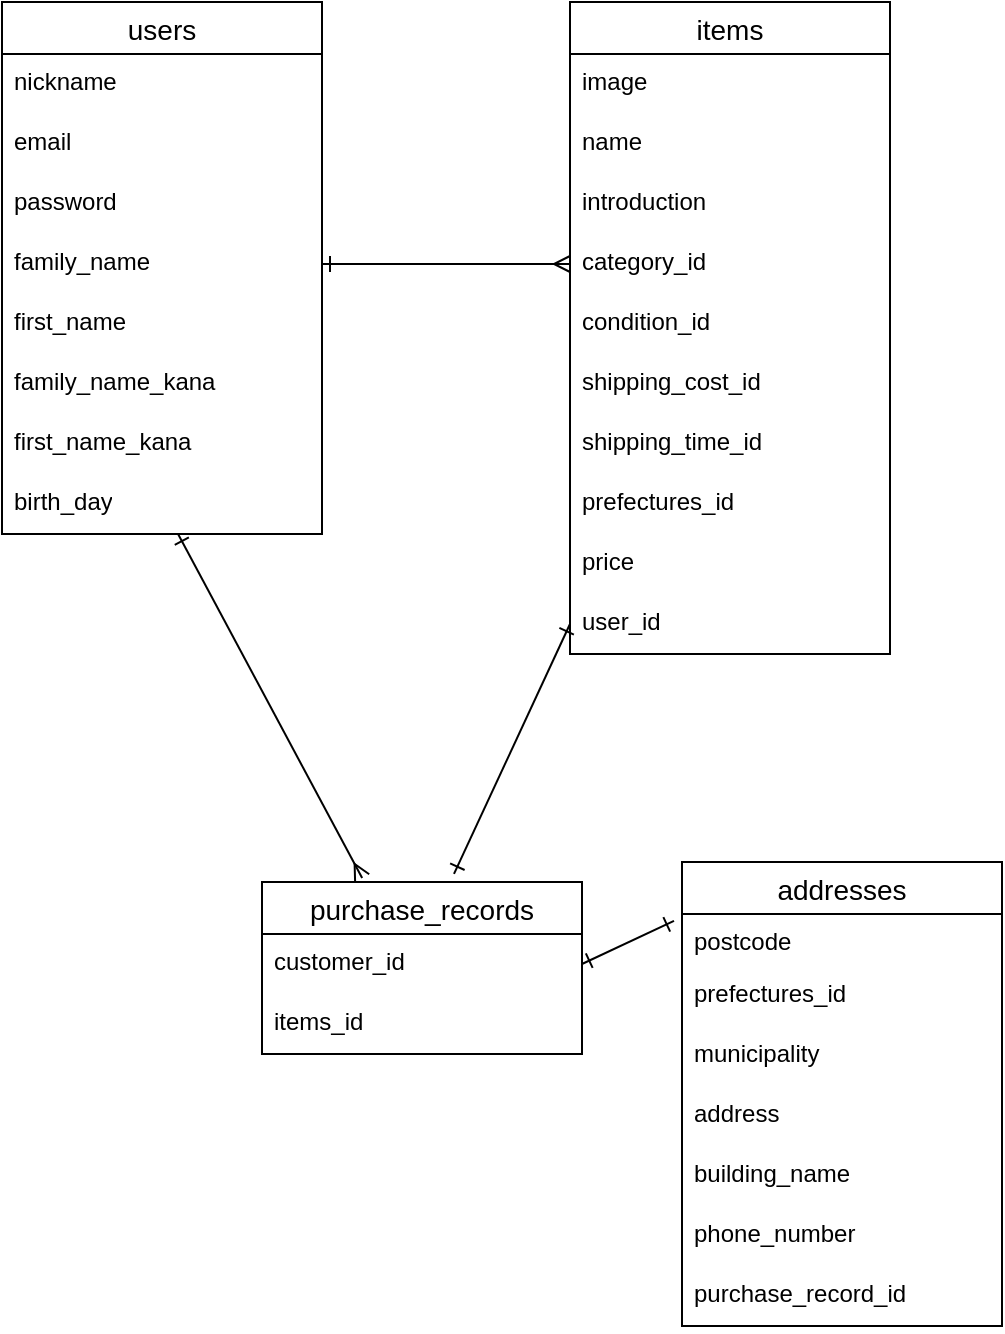
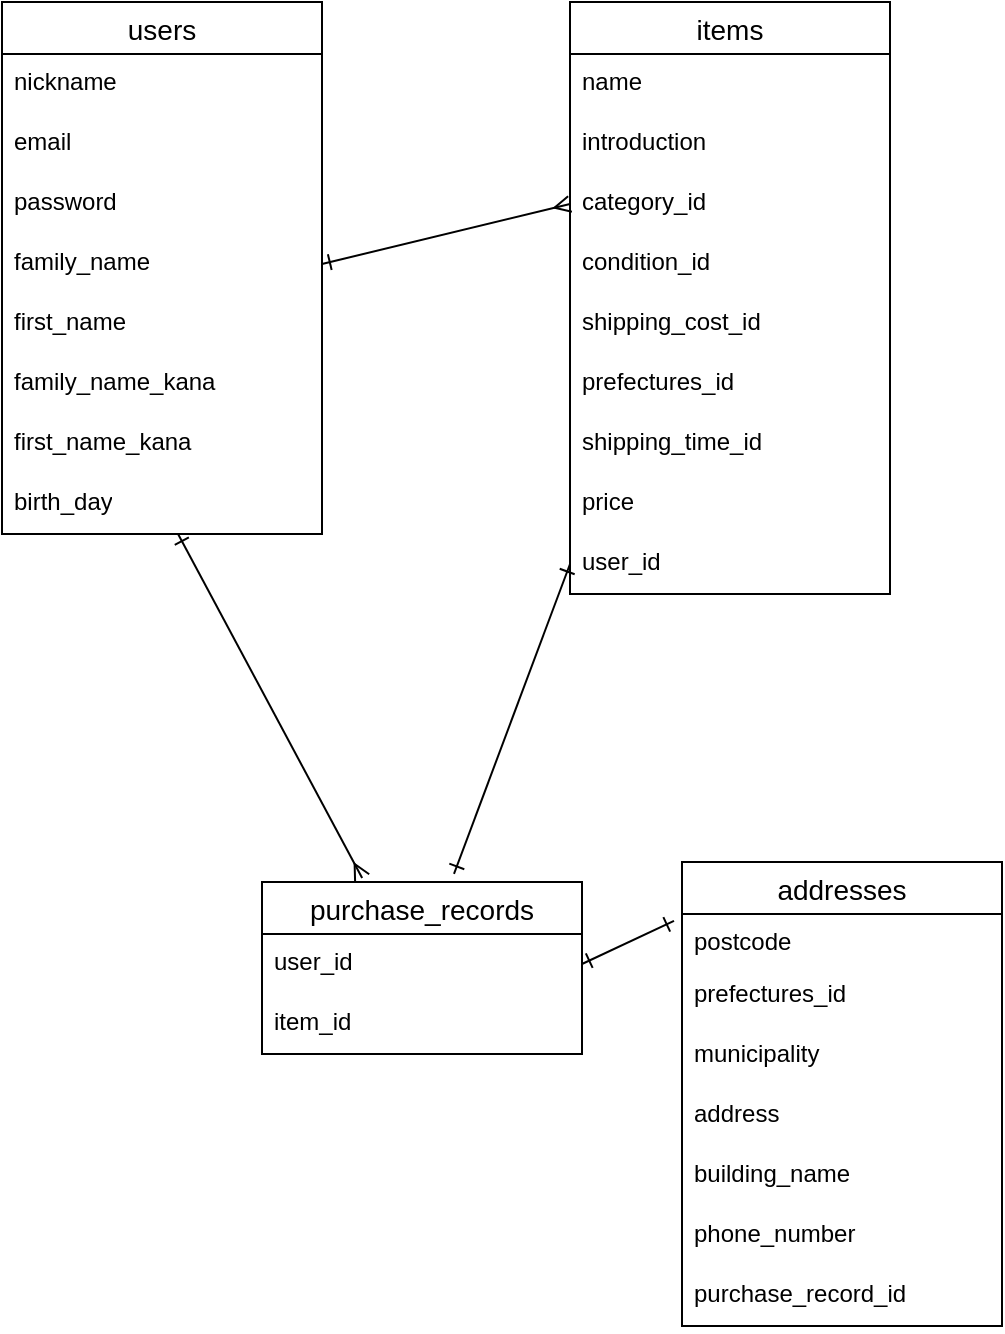
<mxfile host="65bd71144e">
    <diagram id="sRSdjxHEQxwauVT1pr1j" name="ページ1">
        <mxGraphModel dx="977" dy="779" grid="1" gridSize="10" guides="1" tooltips="1" connect="1" arrows="1" fold="1" page="1" pageScale="1" pageWidth="827" pageHeight="1169" math="0" shadow="0">
            <root>
                <mxCell id="0"/>
                <mxCell id="1" parent="0"/>
                <mxCell id="2" value="users" style="swimlane;fontStyle=0;childLayout=stackLayout;horizontal=1;startSize=26;horizontalStack=0;resizeParent=1;resizeParentMax=0;resizeLast=0;collapsible=1;marginBottom=0;align=center;fontSize=14;" parent="1" vertex="1">
                    <mxGeometry x="50" y="20" width="160" height="266" as="geometry"/>
                </mxCell>
                <mxCell id="3" value="nickname" style="text;strokeColor=none;fillColor=none;spacingLeft=4;spacingRight=4;overflow=hidden;rotatable=0;points=[[0,0.5],[1,0.5]];portConstraint=eastwest;fontSize=12;whiteSpace=wrap;html=1;" parent="2" vertex="1">
                    <mxGeometry y="26" width="160" height="30" as="geometry"/>
                </mxCell>
                <mxCell id="4" value="email" style="text;strokeColor=none;fillColor=none;spacingLeft=4;spacingRight=4;overflow=hidden;rotatable=0;points=[[0,0.5],[1,0.5]];portConstraint=eastwest;fontSize=12;whiteSpace=wrap;html=1;" parent="2" vertex="1">
                    <mxGeometry y="56" width="160" height="30" as="geometry"/>
                </mxCell>
                <mxCell id="5" value="password" style="text;strokeColor=none;fillColor=none;spacingLeft=4;spacingRight=4;overflow=hidden;rotatable=0;points=[[0,0.5],[1,0.5]];portConstraint=eastwest;fontSize=12;whiteSpace=wrap;html=1;" parent="2" vertex="1">
                    <mxGeometry y="86" width="160" height="30" as="geometry"/>
                </mxCell>
                <mxCell id="48" value="family_name" style="text;strokeColor=none;fillColor=none;spacingLeft=4;spacingRight=4;overflow=hidden;rotatable=0;points=[[0,0.5],[1,0.5]];portConstraint=eastwest;fontSize=12;whiteSpace=wrap;html=1;" parent="2" vertex="1">
                    <mxGeometry y="116" width="160" height="30" as="geometry"/>
                </mxCell>
                <mxCell id="35" value="first_name" style="text;strokeColor=none;fillColor=none;spacingLeft=4;spacingRight=4;overflow=hidden;rotatable=0;points=[[0,0.5],[1,0.5]];portConstraint=eastwest;fontSize=12;whiteSpace=wrap;html=1;" parent="2" vertex="1">
                    <mxGeometry y="146" width="160" height="30" as="geometry"/>
                </mxCell>
                <mxCell id="31" value="family_name_kana" style="text;strokeColor=none;fillColor=none;spacingLeft=4;spacingRight=4;overflow=hidden;rotatable=0;points=[[0,0.5],[1,0.5]];portConstraint=eastwest;fontSize=12;whiteSpace=wrap;html=1;" parent="2" vertex="1">
                    <mxGeometry y="176" width="160" height="30" as="geometry"/>
                </mxCell>
                <mxCell id="49" value="first_name_kana" style="text;strokeColor=none;fillColor=none;spacingLeft=4;spacingRight=4;overflow=hidden;rotatable=0;points=[[0,0.5],[1,0.5]];portConstraint=eastwest;fontSize=12;whiteSpace=wrap;html=1;" parent="2" vertex="1">
                    <mxGeometry y="206" width="160" height="30" as="geometry"/>
                </mxCell>
                <mxCell id="36" value="birth_day" style="text;strokeColor=none;fillColor=none;spacingLeft=4;spacingRight=4;overflow=hidden;rotatable=0;points=[[0,0.5],[1,0.5]];portConstraint=eastwest;fontSize=12;whiteSpace=wrap;html=1;" parent="2" vertex="1">
                    <mxGeometry y="236" width="160" height="30" as="geometry"/>
                </mxCell>
                <mxCell id="18" value="addresses" style="swimlane;fontStyle=0;childLayout=stackLayout;horizontal=1;startSize=26;horizontalStack=0;resizeParent=1;resizeParentMax=0;resizeLast=0;collapsible=1;marginBottom=0;align=center;fontSize=14;" parent="1" vertex="1">
                    <mxGeometry x="390" y="450" width="160" height="232" as="geometry"/>
                </mxCell>
                <mxCell id="19" value="postcode" style="text;strokeColor=none;fillColor=none;spacingLeft=4;spacingRight=4;overflow=hidden;rotatable=0;points=[[0,0.5],[1,0.5]];portConstraint=eastwest;fontSize=12;whiteSpace=wrap;html=1;" parent="18" vertex="1">
                    <mxGeometry y="26" width="160" height="26" as="geometry"/>
                </mxCell>
                <mxCell id="43" value="prefectures_id" style="text;strokeColor=none;fillColor=none;spacingLeft=4;spacingRight=4;overflow=hidden;rotatable=0;points=[[0,0.5],[1,0.5]];portConstraint=eastwest;fontSize=12;whiteSpace=wrap;html=1;" parent="18" vertex="1">
                    <mxGeometry y="52" width="160" height="30" as="geometry"/>
                </mxCell>
                <mxCell id="44" value="municipality" style="text;strokeColor=none;fillColor=none;spacingLeft=4;spacingRight=4;overflow=hidden;rotatable=0;points=[[0,0.5],[1,0.5]];portConstraint=eastwest;fontSize=12;whiteSpace=wrap;html=1;" parent="18" vertex="1">
                    <mxGeometry y="82" width="160" height="30" as="geometry"/>
                </mxCell>
                <mxCell id="45" value="address" style="text;strokeColor=none;fillColor=none;spacingLeft=4;spacingRight=4;overflow=hidden;rotatable=0;points=[[0,0.5],[1,0.5]];portConstraint=eastwest;fontSize=12;whiteSpace=wrap;html=1;" parent="18" vertex="1">
                    <mxGeometry y="112" width="160" height="30" as="geometry"/>
                </mxCell>
                <mxCell id="46" value="building_name" style="text;strokeColor=none;fillColor=none;spacingLeft=4;spacingRight=4;overflow=hidden;rotatable=0;points=[[0,0.5],[1,0.5]];portConstraint=eastwest;fontSize=12;whiteSpace=wrap;html=1;" parent="18" vertex="1">
                    <mxGeometry y="142" width="160" height="30" as="geometry"/>
                </mxCell>
                <mxCell id="47" value="phone_number" style="text;strokeColor=none;fillColor=none;spacingLeft=4;spacingRight=4;overflow=hidden;rotatable=0;points=[[0,0.5],[1,0.5]];portConstraint=eastwest;fontSize=12;whiteSpace=wrap;html=1;" parent="18" vertex="1">
                    <mxGeometry y="172" width="160" height="30" as="geometry"/>
                </mxCell>
                <mxCell id="73" value="purchase_record_id" style="text;strokeColor=none;fillColor=none;spacingLeft=4;spacingRight=4;overflow=hidden;rotatable=0;points=[[0,0.5],[1,0.5]];portConstraint=eastwest;fontSize=12;whiteSpace=wrap;html=1;" vertex="1" parent="18">
                    <mxGeometry y="202" width="160" height="30" as="geometry"/>
                </mxCell>
                <mxCell id="22" value="items" style="swimlane;fontStyle=0;childLayout=stackLayout;horizontal=1;startSize=26;horizontalStack=0;resizeParent=1;resizeParentMax=0;resizeLast=0;collapsible=1;marginBottom=0;align=center;fontSize=14;" parent="1" vertex="1">
-                     <mxGeometry x="334" y="20" width="160" height="326" as="geometry"/>
+                     <mxGeometry x="334" y="20" width="160" height="296" as="geometry"/>
                </mxCell>
-                 <mxCell id="23" value="image" style="text;strokeColor=none;fillColor=none;spacingLeft=4;spacingRight=4;overflow=hidden;rotatable=0;points=[[0,0.5],[1,0.5]];portConstraint=eastwest;fontSize=12;whiteSpace=wrap;html=1;" parent="22" vertex="1">
+                 <mxCell id="24" value="name" style="text;strokeColor=none;fillColor=none;spacingLeft=4;spacingRight=4;overflow=hidden;rotatable=0;points=[[0,0.5],[1,0.5]];portConstraint=eastwest;fontSize=12;whiteSpace=wrap;html=1;" parent="22" vertex="1">
                    <mxGeometry y="26" width="160" height="30" as="geometry"/>
                </mxCell>
-                 <mxCell id="24" value="name" style="text;strokeColor=none;fillColor=none;spacingLeft=4;spacingRight=4;overflow=hidden;rotatable=0;points=[[0,0.5],[1,0.5]];portConstraint=eastwest;fontSize=12;whiteSpace=wrap;html=1;" parent="22" vertex="1">
+                 <mxCell id="25" value="introduction" style="text;strokeColor=none;fillColor=none;spacingLeft=4;spacingRight=4;overflow=hidden;rotatable=0;points=[[0,0.5],[1,0.5]];portConstraint=eastwest;fontSize=12;whiteSpace=wrap;html=1;" parent="22" vertex="1">
                    <mxGeometry y="56" width="160" height="30" as="geometry"/>
                </mxCell>
-                 <mxCell id="25" value="introduction" style="text;strokeColor=none;fillColor=none;spacingLeft=4;spacingRight=4;overflow=hidden;rotatable=0;points=[[0,0.5],[1,0.5]];portConstraint=eastwest;fontSize=12;whiteSpace=wrap;html=1;" parent="22" vertex="1">
+                 <mxCell id="54" value="category_id" style="text;strokeColor=none;fillColor=none;spacingLeft=4;spacingRight=4;overflow=hidden;rotatable=0;points=[[0,0.5],[1,0.5]];portConstraint=eastwest;fontSize=12;whiteSpace=wrap;html=1;" vertex="1" parent="22">
                    <mxGeometry y="86" width="160" height="30" as="geometry"/>
                </mxCell>
-                 <mxCell id="54" value="category_id" style="text;strokeColor=none;fillColor=none;spacingLeft=4;spacingRight=4;overflow=hidden;rotatable=0;points=[[0,0.5],[1,0.5]];portConstraint=eastwest;fontSize=12;whiteSpace=wrap;html=1;" vertex="1" parent="22">
+                 <mxCell id="50" value="condition_id" style="text;strokeColor=none;fillColor=none;spacingLeft=4;spacingRight=4;overflow=hidden;rotatable=0;points=[[0,0.5],[1,0.5]];portConstraint=eastwest;fontSize=12;whiteSpace=wrap;html=1;" parent="22" vertex="1">
                    <mxGeometry y="116" width="160" height="30" as="geometry"/>
                </mxCell>
-                 <mxCell id="50" value="condition_id" style="text;strokeColor=none;fillColor=none;spacingLeft=4;spacingRight=4;overflow=hidden;rotatable=0;points=[[0,0.5],[1,0.5]];portConstraint=eastwest;fontSize=12;whiteSpace=wrap;html=1;" parent="22" vertex="1">
+                 <mxCell id="51" value="shipping_cost_id" style="text;strokeColor=none;fillColor=none;spacingLeft=4;spacingRight=4;overflow=hidden;rotatable=0;points=[[0,0.5],[1,0.5]];portConstraint=eastwest;fontSize=12;whiteSpace=wrap;html=1;" parent="22" vertex="1">
                    <mxGeometry y="146" width="160" height="30" as="geometry"/>
                </mxCell>
-                 <mxCell id="51" value="shipping_cost_id" style="text;strokeColor=none;fillColor=none;spacingLeft=4;spacingRight=4;overflow=hidden;rotatable=0;points=[[0,0.5],[1,0.5]];portConstraint=eastwest;fontSize=12;whiteSpace=wrap;html=1;" parent="22" vertex="1">
+                 <mxCell id="39" value="prefectures_id" style="text;strokeColor=none;fillColor=none;spacingLeft=4;spacingRight=4;overflow=hidden;rotatable=0;points=[[0,0.5],[1,0.5]];portConstraint=eastwest;fontSize=12;whiteSpace=wrap;html=1;" parent="22" vertex="1">
                    <mxGeometry y="176" width="160" height="30" as="geometry"/>
                </mxCell>
                <mxCell id="52" value="shipping_time_id" style="text;strokeColor=none;fillColor=none;spacingLeft=4;spacingRight=4;overflow=hidden;rotatable=0;points=[[0,0.5],[1,0.5]];portConstraint=eastwest;fontSize=12;whiteSpace=wrap;html=1;" parent="22" vertex="1">
                    <mxGeometry y="206" width="160" height="30" as="geometry"/>
                </mxCell>
-                 <mxCell id="39" value="prefectures_id" style="text;strokeColor=none;fillColor=none;spacingLeft=4;spacingRight=4;overflow=hidden;rotatable=0;points=[[0,0.5],[1,0.5]];portConstraint=eastwest;fontSize=12;whiteSpace=wrap;html=1;" parent="22" vertex="1">
+                 <mxCell id="40" value="price" style="text;strokeColor=none;fillColor=none;spacingLeft=4;spacingRight=4;overflow=hidden;rotatable=0;points=[[0,0.5],[1,0.5]];portConstraint=eastwest;fontSize=12;whiteSpace=wrap;html=1;" parent="22" vertex="1">
                    <mxGeometry y="236" width="160" height="30" as="geometry"/>
                </mxCell>
-                 <mxCell id="40" value="price" style="text;strokeColor=none;fillColor=none;spacingLeft=4;spacingRight=4;overflow=hidden;rotatable=0;points=[[0,0.5],[1,0.5]];portConstraint=eastwest;fontSize=12;whiteSpace=wrap;html=1;" parent="22" vertex="1">
+                 <mxCell id="41" value="user_id" style="text;strokeColor=none;fillColor=none;spacingLeft=4;spacingRight=4;overflow=hidden;rotatable=0;points=[[0,0.5],[1,0.5]];portConstraint=eastwest;fontSize=12;whiteSpace=wrap;html=1;" parent="22" vertex="1">
                    <mxGeometry y="266" width="160" height="30" as="geometry"/>
-                 </mxCell>
-                 <mxCell id="41" value="user_id" style="text;strokeColor=none;fillColor=none;spacingLeft=4;spacingRight=4;overflow=hidden;rotatable=0;points=[[0,0.5],[1,0.5]];portConstraint=eastwest;fontSize=12;whiteSpace=wrap;html=1;" parent="22" vertex="1">
-                     <mxGeometry y="296" width="160" height="30" as="geometry"/>
                </mxCell>
                <mxCell id="26" value="purchase_records" style="swimlane;fontStyle=0;childLayout=stackLayout;horizontal=1;startSize=26;horizontalStack=0;resizeParent=1;resizeParentMax=0;resizeLast=0;collapsible=1;marginBottom=0;align=center;fontSize=14;" parent="1" vertex="1">
                    <mxGeometry x="180" y="460" width="160" height="86" as="geometry"/>
                </mxCell>
-                 <mxCell id="27" value="customer_id" style="text;strokeColor=none;fillColor=none;spacingLeft=4;spacingRight=4;overflow=hidden;rotatable=0;points=[[0,0.5],[1,0.5]];portConstraint=eastwest;fontSize=12;whiteSpace=wrap;html=1;" parent="26" vertex="1">
+                 <mxCell id="27" value="user_id" style="text;strokeColor=none;fillColor=none;spacingLeft=4;spacingRight=4;overflow=hidden;rotatable=0;points=[[0,0.5],[1,0.5]];portConstraint=eastwest;fontSize=12;whiteSpace=wrap;html=1;" parent="26" vertex="1">
                    <mxGeometry y="26" width="160" height="30" as="geometry"/>
                </mxCell>
-                 <mxCell id="28" value="items_id" style="text;strokeColor=none;fillColor=none;spacingLeft=4;spacingRight=4;overflow=hidden;rotatable=0;points=[[0,0.5],[1,0.5]];portConstraint=eastwest;fontSize=12;whiteSpace=wrap;html=1;" parent="26" vertex="1">
+                 <mxCell id="28" value="item_id" style="text;strokeColor=none;fillColor=none;spacingLeft=4;spacingRight=4;overflow=hidden;rotatable=0;points=[[0,0.5],[1,0.5]];portConstraint=eastwest;fontSize=12;whiteSpace=wrap;html=1;" parent="26" vertex="1">
                    <mxGeometry y="56" width="160" height="30" as="geometry"/>
                </mxCell>
                <mxCell id="59" style="edgeStyle=none;html=1;exitX=1;exitY=0.5;exitDx=0;exitDy=0;entryX=0;entryY=0.5;entryDx=0;entryDy=0;endArrow=ERmany;endFill=0;startArrow=ERone;startFill=0;" edge="1" parent="1" source="48" target="54">
                    <mxGeometry relative="1" as="geometry"/>
                </mxCell>
                <mxCell id="64" style="edgeStyle=none;html=1;exitX=1;exitY=0.5;exitDx=0;exitDy=0;entryX=-0.025;entryY=0.133;entryDx=0;entryDy=0;entryPerimeter=0;endArrow=ERone;endFill=0;startArrow=ERone;startFill=0;" edge="1" parent="1" source="27" target="19">
                    <mxGeometry relative="1" as="geometry"/>
                </mxCell>
                <mxCell id="71" style="edgeStyle=none;html=1;entryX=0.313;entryY=-0.023;entryDx=0;entryDy=0;entryPerimeter=0;endArrow=ERmany;endFill=0;startArrow=ERone;startFill=0;" edge="1" parent="1" source="36" target="26">
                    <mxGeometry relative="1" as="geometry"/>
                </mxCell>
                <mxCell id="72" style="edgeStyle=none;html=1;exitX=0;exitY=0.5;exitDx=0;exitDy=0;entryX=0.6;entryY=-0.047;entryDx=0;entryDy=0;entryPerimeter=0;endArrow=ERone;endFill=0;startArrow=ERone;startFill=0;" edge="1" parent="1" source="41" target="26">
                    <mxGeometry relative="1" as="geometry"/>
                </mxCell>
            </root>
        </mxGraphModel>
    </diagram>
</mxfile>